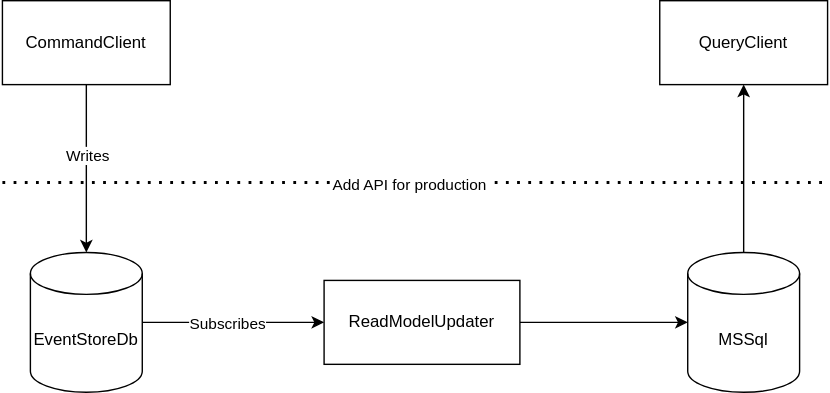
Earlier version of the draw.io export Diagrams/EventStoreBank.svg (trezum/EventStoreBank). Source tidied: cells renumbered, new cells last; positions are measured from the earlier drawing's top-left corner, leaving out a move shared by most shapes.
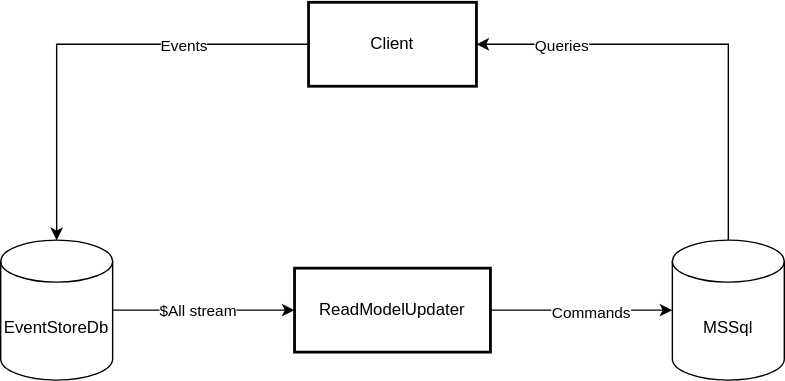
The same diagram one commit later.

Diff of the diagram source:
```diff
@@ -2,53 +2,47 @@
   <root>
     <mxCell id="0" />
     <mxCell id="1" parent="0" />
-    <mxCell id="2" style="edgeStyle=orthogonalEdgeStyle;rounded=0;jettySize=auto;html=1;exitX=0.5;exitY=1;exitDx=0;exitDy=0;entryX=0.5;entryY=0;entryDx=0;entryDy=0;entryPerimeter=0;" parent="1" edge="1" source="4" target="11">
-      <mxGeometry relative="1" as="geometry" />
-    </mxCell>
-    <mxCell id="3" value="&lt;div&gt;Writes&lt;/div&gt;" style="edgeLabel;html=1;align=center;verticalAlign=middle;" parent="2" vertex="1">
-      <mxGeometry x="-0.3" y="1" relative="1" as="geometry">
-        <mxPoint x="-1" y="8" as="offset" />
-      </mxGeometry>
-    </mxCell>
-    <mxCell id="4" value="&lt;div&gt;CommandClient&lt;/div&gt;" style="rounded=0;whiteSpace=wrap;html=1;" parent="1" vertex="1">
-      <mxGeometry width="120" height="60" as="geometry" />
-    </mxCell>
-    <mxCell id="5" value="&lt;div&gt;QueryClient&lt;/div&gt;" style="rounded=0;whiteSpace=wrap;html=1;" parent="1" vertex="1">
-      <mxGeometry x="470" width="120" height="60" as="geometry" />
-    </mxCell>
     <mxCell id="6" style="edgeStyle=orthogonalEdgeStyle;rounded=0;jettySize=auto;html=1;exitX=1;exitY=0.5;exitDx=0;exitDy=0;entryX=0;entryY=0.5;entryDx=0;entryDy=0;exitPerimeter=0;" parent="1" edge="1" source="11" target="10">
       <mxGeometry relative="1" as="geometry" />
     </mxCell>
-    <mxCell id="7" value="Subscribes" style="edgeLabel;html=1;align=center;verticalAlign=middle;" parent="6" vertex="1">
+    <mxCell id="7" value="&lt;div&gt;$All stream&lt;/div&gt;" style="edgeLabel;html=1;align=center;verticalAlign=middle;" parent="6" vertex="1">
       <mxGeometry x="-0.26" relative="1" as="geometry">
         <mxPoint x="12" as="offset" />
       </mxGeometry>
     </mxCell>
-    <mxCell id="8" style="edgeStyle=orthogonalEdgeStyle;rounded=0;jettySize=auto;html=1;exitX=0.5;exitY=0;exitDx=0;exitDy=0;entryX=0.5;entryY=1;entryDx=0;entryDy=0;exitPerimeter=0;" parent="1" edge="1" source="12" target="5">
+    <mxCell id="8" style="edgeStyle=orthogonalEdgeStyle;rounded=0;jettySize=auto;html=1;exitX=0.5;exitY=0;exitDx=0;exitDy=0;entryX=1;entryY=0.5;entryDx=0;entryDy=0;exitPerimeter=0;" parent="1" edge="1" source="12" target="19">
       <mxGeometry relative="1" as="geometry" />
     </mxCell>
+    <mxCell id="15" value="Queries" style="edgeLabel;html=1;align=center;verticalAlign=middle;" parent="8" vertex="1">
+      <mxGeometry x="0.2" y="-1" relative="1" as="geometry">
+        <mxPoint x="-68" y="1" as="offset" />
+      </mxGeometry>
+    </mxCell>
     <mxCell id="9" style="edgeStyle=orthogonalEdgeStyle;rounded=0;jettySize=auto;html=1;exitX=1;exitY=0.5;exitDx=0;exitDy=0;entryX=0;entryY=0.5;entryDx=0;entryDy=0;entryPerimeter=0;" parent="1" edge="1" source="10" target="12">
       <mxGeometry relative="1" as="geometry" />
     </mxCell>
+    <mxCell id="16" value="Commands" style="edgeLabel;html=1;align=center;verticalAlign=middle;" parent="9" vertex="1">
+      <mxGeometry x="0.09" y="-1" relative="1" as="geometry" />
+    </mxCell>
-    <mxCell id="10" value="ReadModelUpdater" style="rounded=0;whiteSpace=wrap;html=1;" parent="1" vertex="1">
+    <mxCell id="10" value="ReadModelUpdater" style="rounded=0;whiteSpace=wrap;html=1;strokeWidth=2;" parent="1" vertex="1">
       <mxGeometry x="230" y="200" width="140" height="60" as="geometry" />
     </mxCell>
     <mxCell id="11" value="&lt;div&gt;EventStoreDb&lt;/div&gt;" style="shape=cylinder3;whiteSpace=wrap;html=1;boundedLbl=1;backgroundOutline=1;size=15;" parent="1" vertex="1">
       <mxGeometry x="20" y="180" width="80" height="100" as="geometry" />
     </mxCell>
     <mxCell id="12" value="&lt;div&gt;MSSql&lt;/div&gt;" style="shape=cylinder3;whiteSpace=wrap;html=1;boundedLbl=1;backgroundOutline=1;size=15;" parent="1" vertex="1">
-      <mxGeometry x="490" y="180" width="80" height="100" as="geometry" />
+      <mxGeometry x="500" y="180" width="80" height="100" as="geometry" />
     </mxCell>
-    <mxCell id="13" style="endArrow=none;dashed=1;html=1;dashPattern=1 3;strokeWidth=2;" parent="1" edge="1">
-      <mxGeometry relative="1" as="geometry">
-        <mxPoint y="130" as="sourcePoint" />
-        <mxPoint x="590" y="130" as="targetPoint" />
-      </mxGeometry>
-    </mxCell>
-    <mxCell id="14" value="&lt;div&gt;Add API for production&lt;/div&gt;" style="edgeLabel;html=1;align=center;verticalAlign=middle;" parent="13" vertex="1">
-      <mxGeometry x="-0.15" y="-1" relative="1" as="geometry">
-        <mxPoint x="39" as="offset" />
-      </mxGeometry>
-    </mxCell>
+    <mxCell id="17" style="edgeStyle=orthogonalEdgeStyle;rounded=0;jettySize=auto;html=1;exitX=0;exitY=0.5;exitDx=0;exitDy=0;entryX=0.5;entryY=0;entryDx=0;entryDy=0;entryPerimeter=0;" parent="1" edge="1" source="19" target="11">
+      <mxGeometry relative="1" as="geometry" />
+    </mxCell>
+    <mxCell id="18" value="&lt;div&gt;Events&lt;/div&gt;" style="edgeLabel;html=1;align=center;verticalAlign=middle;" parent="17" vertex="1">
+      <mxGeometry x="0.36" y="-3" relative="1" as="geometry">
+        <mxPoint x="93" y="-38" as="offset" />
+      </mxGeometry>
+    </mxCell>
+    <mxCell id="19" value="Client" style="rounded=0;whiteSpace=wrap;html=1;strokeWidth=2;" parent="1" vertex="1">
+      <mxGeometry x="240" y="10" width="120" height="60" as="geometry" />
+    </mxCell>
   </root>
 </mxGraphModel>
```
